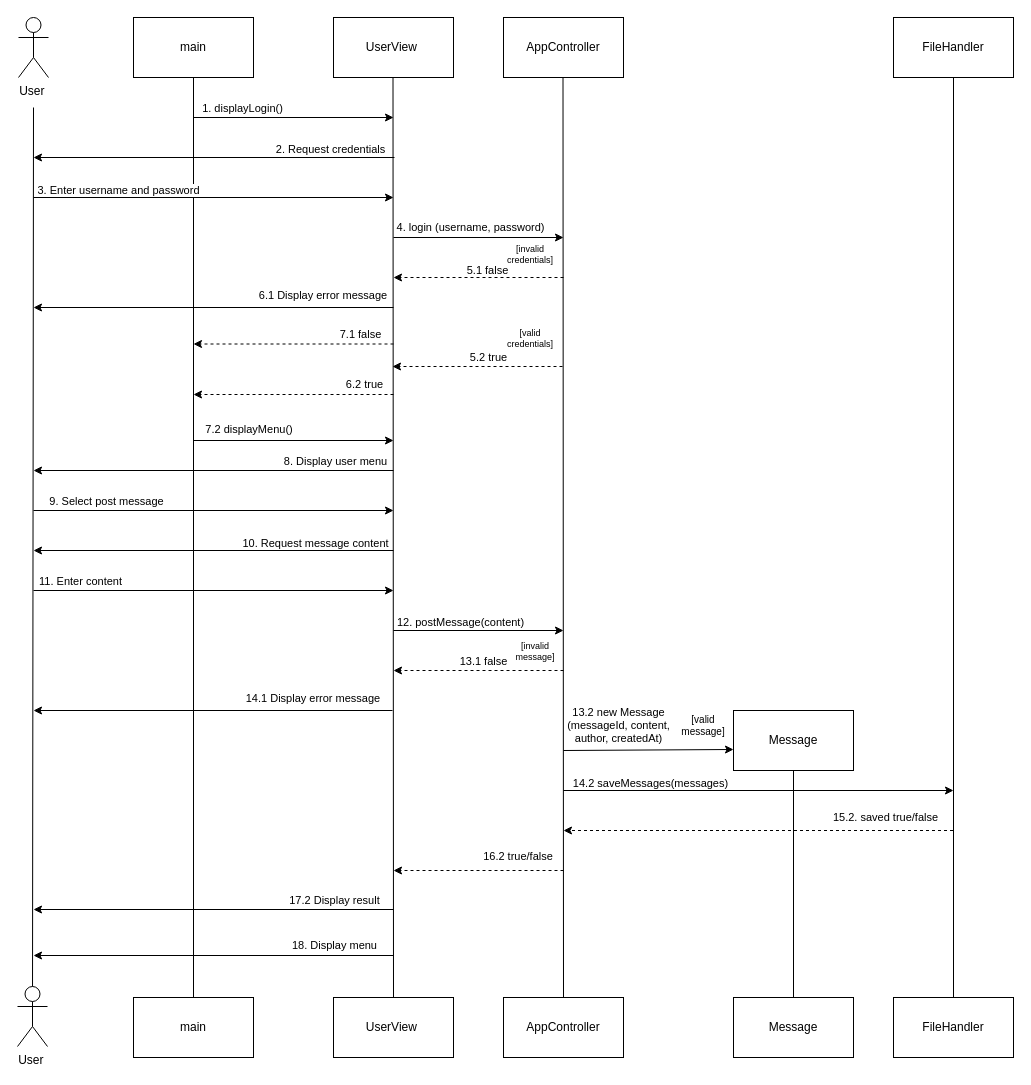
SaraMalmstedt/Chatterbox_Group3 keeps this draw.io diagram as diagrams/sequence_diagram.drawio. Above is the earlier version. Source tidied: cells renumbered, new cells numbered last; positions are measured from the earlier drawing's top-left corner, leaving out a move shared by most shapes. Both pictures are drawn from the tidied source at 100%, with x=0, y=0 at pixel (17, 17).
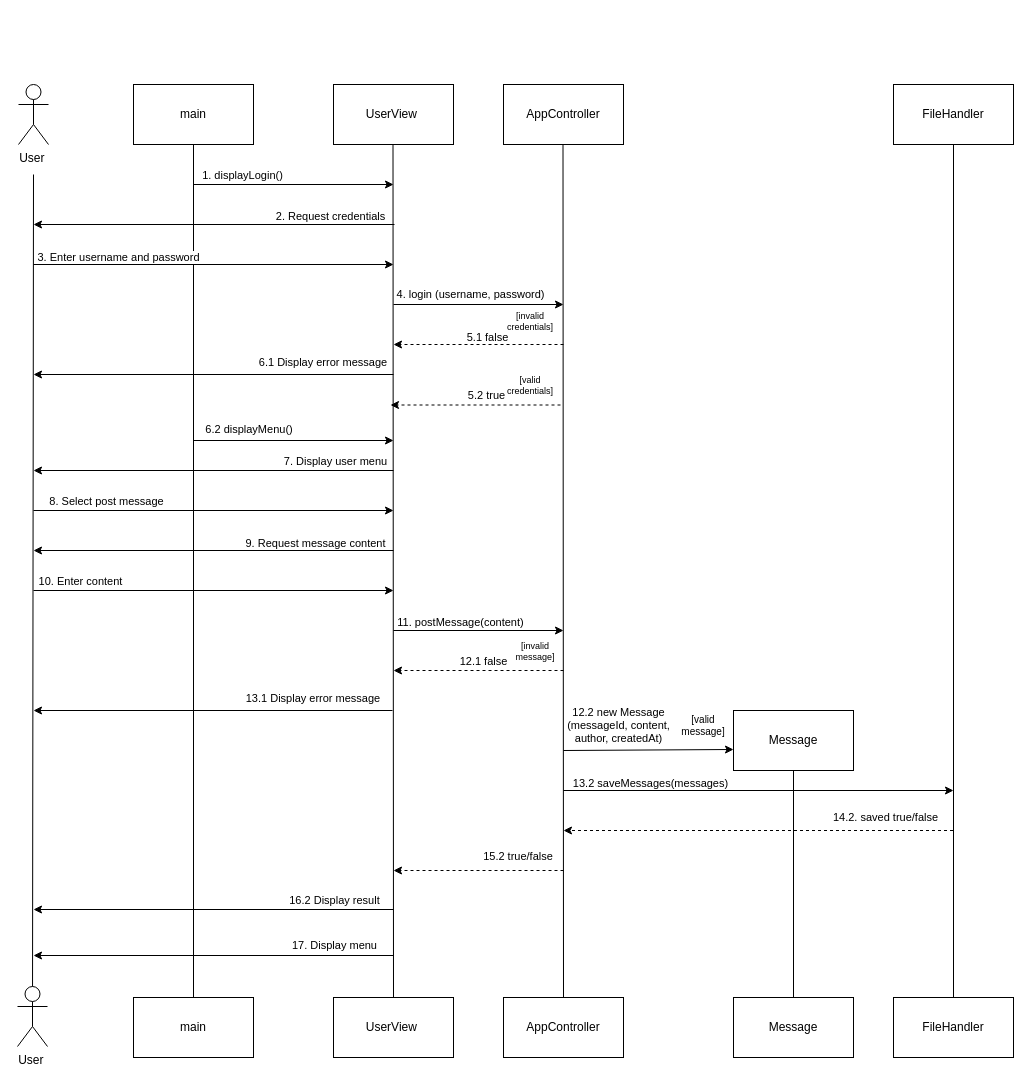
The same page after the edit.

Commit message (it also covers changes not shown here):
Fix bugs and align code with diagrams

Unchanged cells that the change refers to:
```xml
<mxCell id="3" value="User&amp;nbsp;" style="shape=umlActor;verticalLabelPosition=bottom;verticalAlign=top;html=1;outlineConnect=0;" parent="1" vertex="1">
  <mxGeometry y="969" width="30" height="60" as="geometry" />
</mxCell>
<mxCell id="7" value="UserView&amp;nbsp;" style="rounded=0;whiteSpace=wrap;html=1;" parent="1" vertex="1">
  <mxGeometry x="316" y="980" width="120" height="60" as="geometry" />
</mxCell>
<mxCell id="9" value="AppController" style="rounded=0;whiteSpace=wrap;html=1;" parent="1" vertex="1">
  <mxGeometry x="486" y="980" width="120" height="60" as="geometry" />
</mxCell>
<mxCell id="13" value="FileHandler" style="rounded=0;whiteSpace=wrap;html=1;" parent="1" vertex="1">
  <mxGeometry x="876" y="980" width="120" height="60" as="geometry" />
</mxCell>
<mxCell id="38" style="endArrow=classic;html=1;rounded=0;" parent="1" edge="1">
  <mxGeometry relative="1" as="geometry">
    <mxPoint x="376" y="453" as="sourcePoint" />
    <mxPoint x="16" y="453" as="targetPoint" />
  </mxGeometry>
</mxCell>
<mxCell id="42" style="endArrow=classic;html=1;rounded=0;" parent="1" edge="1">
  <mxGeometry relative="1" as="geometry">
    <mxPoint x="376" y="533" as="sourcePoint" />
    <mxPoint x="16" y="533" as="targetPoint" />
  </mxGeometry>
</mxCell>
<mxCell id="44" style="endArrow=classic;html=1;rounded=0;" parent="1" edge="1">
  <mxGeometry relative="1" as="geometry">
    <mxPoint x="16" y="573" as="sourcePoint" />
    <mxPoint x="376" y="573" as="targetPoint" />
  </mxGeometry>
</mxCell>
<mxCell id="46" style="endArrow=classic;html=1;rounded=0;" parent="1" edge="1">
  <mxGeometry relative="1" as="geometry">
    <mxPoint x="376" y="613" as="sourcePoint" />
    <mxPoint x="546" y="613" as="targetPoint" />
  </mxGeometry>
</mxCell>
<mxCell id="48" style="endArrow=classic;html=1;rounded=0;dashed=1;" parent="1" edge="1">
  <mxGeometry relative="1" as="geometry">
    <mxPoint x="546" y="653" as="sourcePoint" />
    <mxPoint x="376" y="653" as="targetPoint" />
  </mxGeometry>
</mxCell>
<mxCell id="51" style="endArrow=classic;html=1;rounded=0;" parent="1" edge="1">
  <mxGeometry relative="1" as="geometry">
    <mxPoint x="375" y="693" as="sourcePoint" />
    <mxPoint x="16" y="693" as="targetPoint" />
  </mxGeometry>
</mxCell>
<mxCell id="53" style="endArrow=classic;html=1;rounded=0;entryX=0;entryY=0.65;entryDx=0;entryDy=0;entryPerimeter=0;" parent="1" edge="1" target="10">
  <mxGeometry relative="1" as="geometry">
    <mxPoint x="546" y="733" as="sourcePoint" />
  </mxGeometry>
</mxCell>
<mxCell id="55" style="endArrow=classic;html=1;rounded=0;" parent="1" edge="1">
  <mxGeometry relative="1" as="geometry">
    <mxPoint x="546" y="773" as="sourcePoint" />
    <mxPoint x="936" y="773" as="targetPoint" />
  </mxGeometry>
</mxCell>
<mxCell id="57" style="endArrow=classic;html=1;rounded=0;" parent="1" edge="1">
  <mxGeometry relative="1" as="geometry">
    <mxPoint x="376" y="892" as="sourcePoint" />
    <mxPoint x="16" y="892" as="targetPoint" />
  </mxGeometry>
</mxCell>
<mxCell id="59" style="endArrow=classic;html=1;rounded=0;" parent="1" edge="1">
  <mxGeometry relative="1" as="geometry">
    <mxPoint x="376" y="938" as="sourcePoint" />
    <mxPoint x="16" y="938" as="targetPoint" />
  </mxGeometry>
</mxCell>
```

The edit, as a diff of the source:
```diff
@@
     <mxCell id="2" value="User&amp;nbsp;" style="shape=umlActor;verticalLabelPosition=bottom;verticalAlign=top;html=1;" parent="1" vertex="1">
-      <mxGeometry x="1" width="30" height="60" as="geometry" />
+      <mxGeometry x="1" y="67" width="30" height="60" as="geometry" />
     </mxCell>
@@
     <mxCell id="4" value="main" style="rounded=0;whiteSpace=wrap;html=1;" parent="1" vertex="1">
-      <mxGeometry x="116" width="120" height="60" as="geometry" />
+      <mxGeometry x="116" y="67" width="120" height="60" as="geometry" />
     </mxCell>
@@
     <mxCell id="6" value="UserView&amp;nbsp;" style="rounded=0;whiteSpace=wrap;html=1;" parent="1" vertex="1">
-      <mxGeometry x="316" width="120" height="60" as="geometry" />
+      <mxGeometry x="316" y="67" width="120" height="60" as="geometry" />
     </mxCell>
@@
     <mxCell id="8" value="AppController" style="rounded=0;whiteSpace=wrap;html=1;" parent="1" vertex="1">
-      <mxGeometry x="486" width="120" height="60" as="geometry" />
+      <mxGeometry x="486" y="67" width="120" height="60" as="geometry" />
     </mxCell>
@@
     <mxCell id="12" value="FileHandler" style="rounded=0;whiteSpace=wrap;html=1;" parent="1" vertex="1">
-      <mxGeometry x="876" width="120" height="60" as="geometry" />
+      <mxGeometry x="876" y="67" width="120" height="60" as="geometry" />
     </mxCell>
@@
     <mxCell id="14" style="endArrow=none;html=1;rounded=0;" parent="1" edge="1" source="3">
       <mxGeometry relative="1" as="geometry">
-        <mxPoint x="16" y="90" as="targetPoint" />
+        <mxPoint x="16" y="157" as="targetPoint" />
       </mxGeometry>
     </mxCell>
@@
     <mxCell id="16" style="endArrow=none;html=1;rounded=0;exitX=0.5;exitY=0;exitDx=0;exitDy=0;" parent="1" edge="1" source="7">
       <mxGeometry relative="1" as="geometry">
-        <mxPoint x="375.5" y="60" as="targetPoint" />
+        <mxPoint x="375.5" y="127" as="targetPoint" />
       </mxGeometry>
     </mxCell>
     <mxCell id="17" style="endArrow=none;html=1;rounded=0;exitX=0.5;exitY=0;exitDx=0;exitDy=0;" parent="1" edge="1" source="9">
       <mxGeometry relative="1" as="geometry">
-        <mxPoint x="545.5" y="60" as="targetPoint" />
+        <mxPoint x="545.5" y="127" as="targetPoint" />
       </mxGeometry>
     </mxCell>
@@
     <mxCell id="19" style="endArrow=none;html=1;rounded=0;exitX=0.5;exitY=0;exitDx=0;exitDy=0;" parent="1" edge="1" source="13">
       <mxGeometry relative="1" as="geometry">
-        <mxPoint x="936" y="60" as="targetPoint" />
+        <mxPoint x="936" y="127" as="targetPoint" />
       </mxGeometry>
     </mxCell>
     <mxCell id="20" style="endArrow=classic;html=1;rounded=0;" parent="1" edge="1">
       <mxGeometry relative="1" as="geometry">
-        <mxPoint x="176" y="100" as="sourcePoint" />
-        <mxPoint x="376" y="100" as="targetPoint" />
+        <mxPoint x="176" y="167" as="sourcePoint" />
+        <mxPoint x="376" y="167" as="targetPoint" />
       </mxGeometry>
     </mxCell>
@@
     <mxCell id="22" style="endArrow=classic;html=1;rounded=0;" parent="1" edge="1">
       <mxGeometry relative="1" as="geometry">
-        <mxPoint x="377" y="140" as="sourcePoint" />
-        <mxPoint x="16" y="140" as="targetPoint" />
+        <mxPoint x="377" y="207" as="sourcePoint" />
+        <mxPoint x="16" y="207" as="targetPoint" />
       </mxGeometry>
     </mxCell>
@@
     <mxCell id="24" style="endArrow=classic;html=1;rounded=0;" parent="1" edge="1">
       <mxGeometry relative="1" as="geometry">
-        <mxPoint x="16" y="180" as="sourcePoint" />
-        <mxPoint x="376" y="180" as="targetPoint" />
+        <mxPoint x="16" y="247" as="sourcePoint" />
+        <mxPoint x="376" y="247" as="targetPoint" />
       </mxGeometry>
     </mxCell>
@@
     <mxCell id="26" style="endArrow=classic;html=1;rounded=0;" parent="1" edge="1">
       <mxGeometry relative="1" as="geometry">
-        <mxPoint x="376" y="220" as="sourcePoint" />
-        <mxPoint x="546" y="220" as="targetPoint" />
+        <mxPoint x="376" y="287" as="sourcePoint" />
+        <mxPoint x="546" y="287" as="targetPoint" />
       </mxGeometry>
     </mxCell>
@@
     <mxCell id="28" style="endArrow=classic;html=1;rounded=0;dashed=1;" parent="1" edge="1">
       <mxGeometry relative="1" as="geometry">
-        <mxPoint x="546" y="260" as="sourcePoint" />
-        <mxPoint x="376" y="260" as="targetPoint" />
+        <mxPoint x="546" y="327" as="sourcePoint" />
+        <mxPoint x="376" y="327" as="targetPoint" />
       </mxGeometry>
     </mxCell>
@@
     <mxCell id="30" style="endArrow=classic;html=1;rounded=0;dashed=1;" parent="1" edge="1">
       <mxGeometry relative="1" as="geometry">
-        <mxPoint x="545" y="349" as="sourcePoint" />
-        <mxPoint x="375" y="349" as="targetPoint" />
+        <mxPoint x="543" y="387.5" as="sourcePoint" />
+        <mxPoint x="373" y="387.5" as="targetPoint" />
       </mxGeometry>
     </mxCell>
@@
     <mxCell id="32" style="endArrow=classic;html=1;rounded=0;" parent="1" edge="1">
       <mxGeometry relative="1" as="geometry">
-        <mxPoint x="376" y="290" as="sourcePoint" />
-        <mxPoint x="16" y="290" as="targetPoint" />
+        <mxPoint x="376" y="357" as="sourcePoint" />
+        <mxPoint x="16" y="357" as="targetPoint" />
       </mxGeometry>
     </mxCell>
@@
     <mxCell id="34" value="[invalid credentials]" style="text;html=1;whiteSpace=wrap;strokeColor=none;fillColor=none;align=center;verticalAlign=middle;rounded=0;fontSize=9;" parent="1" vertex="1">
-      <mxGeometry x="483" y="222" width="60" height="30" as="geometry" />
+      <mxGeometry x="483" y="289" width="60" height="30" as="geometry" />
     </mxCell>
     <mxCell id="35" value="[valid credentials]" style="text;html=1;whiteSpace=wrap;strokeColor=none;fillColor=none;align=center;verticalAlign=middle;rounded=0;fontSize=9;" parent="1" vertex="1">
-      <mxGeometry x="483" y="306" width="60" height="30" as="geometry" />
+      <mxGeometry x="483" y="353" width="60" height="30" as="geometry" />
     </mxCell>
@@
-    <mxCell id="37" value="7.2 displayMenu()" style="text;html=1;whiteSpace=wrap;strokeColor=none;fillColor=none;align=center;verticalAlign=middle;rounded=0;fontSize=11;" parent="1" vertex="1">
+    <mxCell id="37" value="6.2 displayMenu()" style="text;html=1;whiteSpace=wrap;strokeColor=none;fillColor=none;align=center;verticalAlign=middle;rounded=0;fontSize=11;" parent="1" vertex="1">
       <mxGeometry x="172" y="397" width="120" height="30" as="geometry" />
     </mxCell>
@@
-    <mxCell id="39" value="8. Display user menu" style="edgeLabel;html=1;align=center;verticalAlign=middle;" parent="38" vertex="1">
+    <mxCell id="39" value="7. Display user menu" style="edgeLabel;html=1;align=center;verticalAlign=middle;" parent="38" vertex="1">
       <mxGeometry x="-0.12" y="-1" relative="1" as="geometry">
         <mxPoint x="99" y="-9" as="offset" />
       </mxGeometry>
     </mxCell>
@@
-    <mxCell id="41" value="9. Select&amp;nbsp;&lt;span style=&quot;background-color: transparent; color: light-dark(rgb(0, 0, 0), rgb(255, 255, 255));&quot;&gt;post message&lt;/span&gt;" style="text;html=1;whiteSpace=wrap;strokeColor=none;fillColor=none;align=center;verticalAlign=middle;rounded=0;fontSize=11;" parent="1" vertex="1">
+    <mxCell id="41" value="8. Select&amp;nbsp;&lt;span style=&quot;background-color: transparent; color: light-dark(rgb(0, 0, 0), rgb(255, 255, 255));&quot;&gt;post message&lt;/span&gt;" style="text;html=1;whiteSpace=wrap;strokeColor=none;fillColor=none;align=center;verticalAlign=middle;rounded=0;fontSize=11;" parent="1" vertex="1">
       <mxGeometry x="21" y="469" width="137" height="30" as="geometry" />
     </mxCell>
@@
-    <mxCell id="43" value="10. Request message content" style="edgeLabel;html=1;align=center;verticalAlign=middle;" parent="42" vertex="1">
+    <mxCell id="43" value="9. Request message content" style="edgeLabel;html=1;align=center;verticalAlign=middle;" parent="42" vertex="1">
       <mxGeometry x="-0.12" y="-1" relative="1" as="geometry">
         <mxPoint x="79" y="-7" as="offset" />
       </mxGeometry>
     </mxCell>
@@
-    <mxCell id="45" value="11. Enter content" style="edgeLabel;html=1;align=center;verticalAlign=middle;" parent="44" vertex="1">
+    <mxCell id="45" value="10. Enter content" style="edgeLabel;html=1;align=center;verticalAlign=middle;" parent="44" vertex="1">
       <mxGeometry x="-0.62" y="4" relative="1" as="geometry">
         <mxPoint x="-22" y="-6" as="offset" />
       </mxGeometry>
     </mxCell>
@@
-    <mxCell id="47" value="12. postMessage(content)" style="edgeLabel;html=1;align=center;verticalAlign=middle;" parent="46" vertex="1">
+    <mxCell id="47" value="11. postMessage(content)" style="edgeLabel;html=1;align=center;verticalAlign=middle;" parent="46" vertex="1">
       <mxGeometry x="-0.29" y="-3" relative="1" as="geometry">
         <mxPoint x="6" y="-12" as="offset" />
       </mxGeometry>
     </mxCell>
@@
-    <mxCell id="49" value="13.1 false" style="edgeLabel;html=1;align=center;verticalAlign=middle;" parent="48" vertex="1">
+    <mxCell id="49" value="12.1 false" style="edgeLabel;html=1;align=center;verticalAlign=middle;" parent="48" vertex="1">
       <mxGeometry x="0.56" y="-4" relative="1" as="geometry">
         <mxPoint x="52" y="-6" as="offset" />
       </mxGeometry>
     </mxCell>
@@
-    <mxCell id="52" value="14.1 Display error message&amp;nbsp;" style="edgeLabel;html=1;align=center;verticalAlign=middle;" parent="51" vertex="1">
+    <mxCell id="52" value="13.1 Display error message&amp;nbsp;" style="edgeLabel;html=1;align=center;verticalAlign=middle;" parent="51" vertex="1">
       <mxGeometry x="-0.37" y="-3" relative="1" as="geometry">
         <mxPoint x="34" y="-10" as="offset" />
       </mxGeometry>
     </mxCell>
@@
-    <mxCell id="54" value="13.2 new Message&lt;div&gt;&amp;nbsp;(messageId, content,&amp;nbsp;&lt;/div&gt;&lt;div&gt;author, createdAt)&lt;/div&gt;" style="edgeLabel;html=1;align=center;verticalAlign=middle;" parent="53" vertex="1">
+    <mxCell id="54" value="12.2 new Message&lt;div&gt;&amp;nbsp;(messageId, content,&amp;nbsp;&lt;/div&gt;&lt;div&gt;author, createdAt)&lt;/div&gt;" style="edgeLabel;html=1;align=center;verticalAlign=middle;" parent="53" vertex="1">
       <mxGeometry x="-0.22" relative="1" as="geometry">
         <mxPoint x="-11" y="-25" as="offset" />
       </mxGeometry>
     </mxCell>
@@
-    <mxCell id="56" value="14.2 saveMessages(messages)" style="edgeLabel;html=1;align=center;verticalAlign=middle;" parent="55" vertex="1">
+    <mxCell id="56" value="13.2 saveMessages(messages)" style="edgeLabel;html=1;align=center;verticalAlign=middle;" parent="55" vertex="1">
       <mxGeometry x="-0.56" relative="1" as="geometry">
         <mxPoint y="-8" as="offset" />
       </mxGeometry>
     </mxCell>
@@
-    <mxCell id="58" value="17.2 Display result" style="edgeLabel;html=1;align=center;verticalAlign=middle;" parent="57" vertex="1">
+    <mxCell id="58" value="16.2 Display result" style="edgeLabel;html=1;align=center;verticalAlign=middle;" parent="57" vertex="1">
       <mxGeometry x="0.33" y="-4" relative="1" as="geometry">
         <mxPoint x="179" y="-6" as="offset" />
       </mxGeometry>
     </mxCell>
@@
-    <mxCell id="60" value="18. Display menu" style="edgeLabel;html=1;align=center;verticalAlign=middle;" parent="59" vertex="1">
+    <mxCell id="60" value="17. Display menu" style="edgeLabel;html=1;align=center;verticalAlign=middle;" parent="59" vertex="1">
       <mxGeometry x="0.33" y="-4" relative="1" as="geometry">
         <mxPoint x="179" y="-7" as="offset" />
       </mxGeometry>
     </mxCell>
@@
-    <mxCell id="64" value="15.2. saved true/false" style="text;html=1;whiteSpace=wrap;strokeColor=none;fillColor=none;align=center;verticalAlign=middle;rounded=0;fontSize=11;" parent="1" vertex="1">
+    <mxCell id="64" value="14.2. saved true/false" style="text;html=1;whiteSpace=wrap;strokeColor=none;fillColor=none;align=center;verticalAlign=middle;rounded=0;fontSize=11;" parent="1" vertex="1">
       <mxGeometry x="800" y="785" width="137" height="30" as="geometry" />
     </mxCell>
-    <mxCell id="65" value="16.2 true/false" style="text;html=1;whiteSpace=wrap;strokeColor=none;fillColor=none;align=center;verticalAlign=middle;rounded=0;fontSize=11;" parent="1" vertex="1">
+    <mxCell id="65" value="15.2 true/false" style="text;html=1;whiteSpace=wrap;strokeColor=none;fillColor=none;align=center;verticalAlign=middle;rounded=0;fontSize=11;" parent="1" vertex="1">
       <mxGeometry x="454" y="824" width="94" height="30" as="geometry" />
     </mxCell>
-    <mxCell id="66" style="endArrow=classic;html=1;rounded=0;dashed=1;" parent="1" edge="1">
-      <mxGeometry relative="1" as="geometry">
-        <mxPoint x="376" y="377" as="sourcePoint" />
-        <mxPoint x="176" y="377" as="targetPoint" />
-      </mxGeometry>
-    </mxCell>
-    <mxCell id="67" value="6.2 true" style="edgeLabel;html=1;align=center;verticalAlign=middle;" parent="66" vertex="1">
-      <mxGeometry x="0.16" y="-4" relative="1" as="geometry">
-        <mxPoint x="86" y="-7" as="offset" />
-      </mxGeometry>
-    </mxCell>
-    <mxCell id="68" style="endArrow=classic;html=1;rounded=0;dashed=1;" parent="1" edge="1">
-      <mxGeometry relative="1" as="geometry">
-        <mxPoint x="376" y="326.5" as="sourcePoint" />
-        <mxPoint x="176" y="326.5" as="targetPoint" />
-      </mxGeometry>
-    </mxCell>
-    <mxCell id="69" value="7.1 false" style="edgeLabel;html=1;align=center;verticalAlign=middle;" parent="68" vertex="1">
-      <mxGeometry x="0.16" y="-4" relative="1" as="geometry">
-        <mxPoint x="82" y="-6" as="offset" />
-      </mxGeometry>
-    </mxCell>
```
